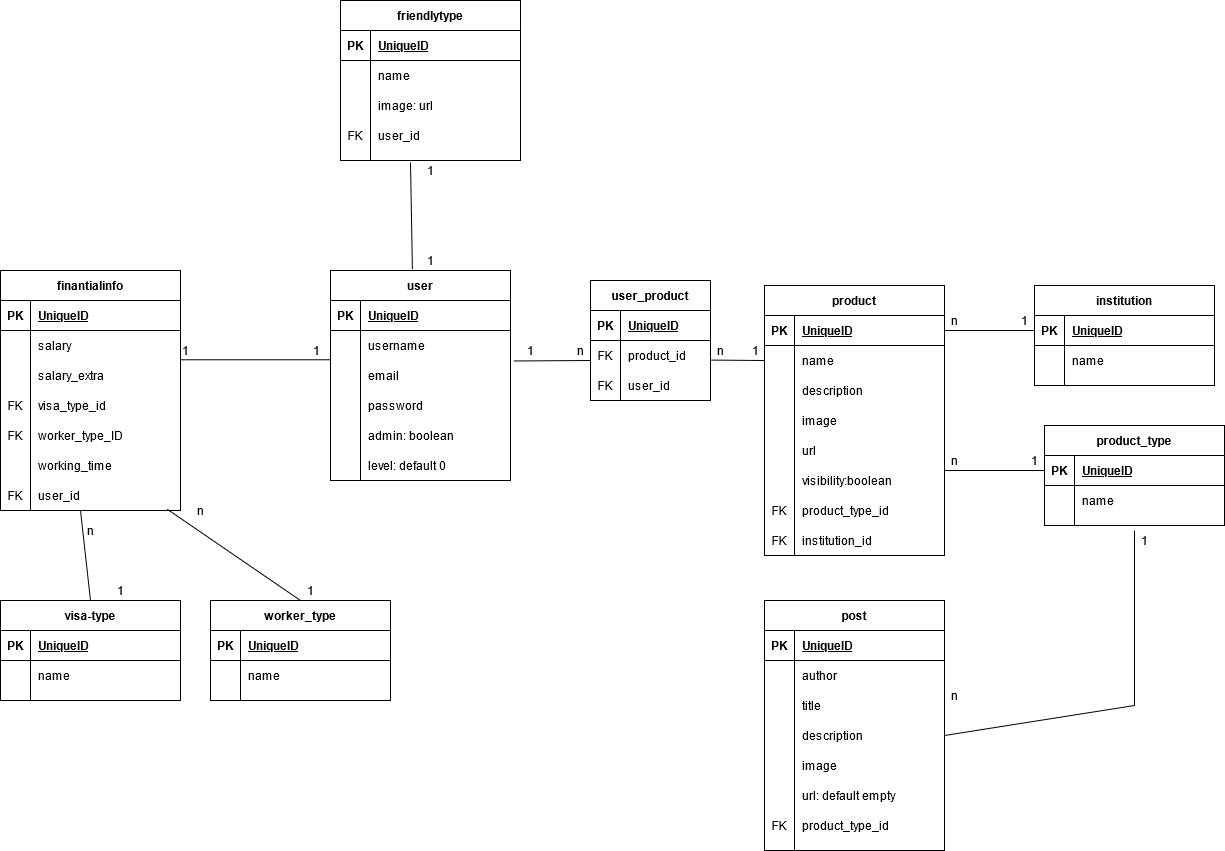
Above: bancaWEB.png in gilibethvega/banca_web (draw.io), before the change. Source tidied: cells renumbered, new cells last; positions are measured from the earlier drawing's top-left corner, leaving out a move shared by most shapes.
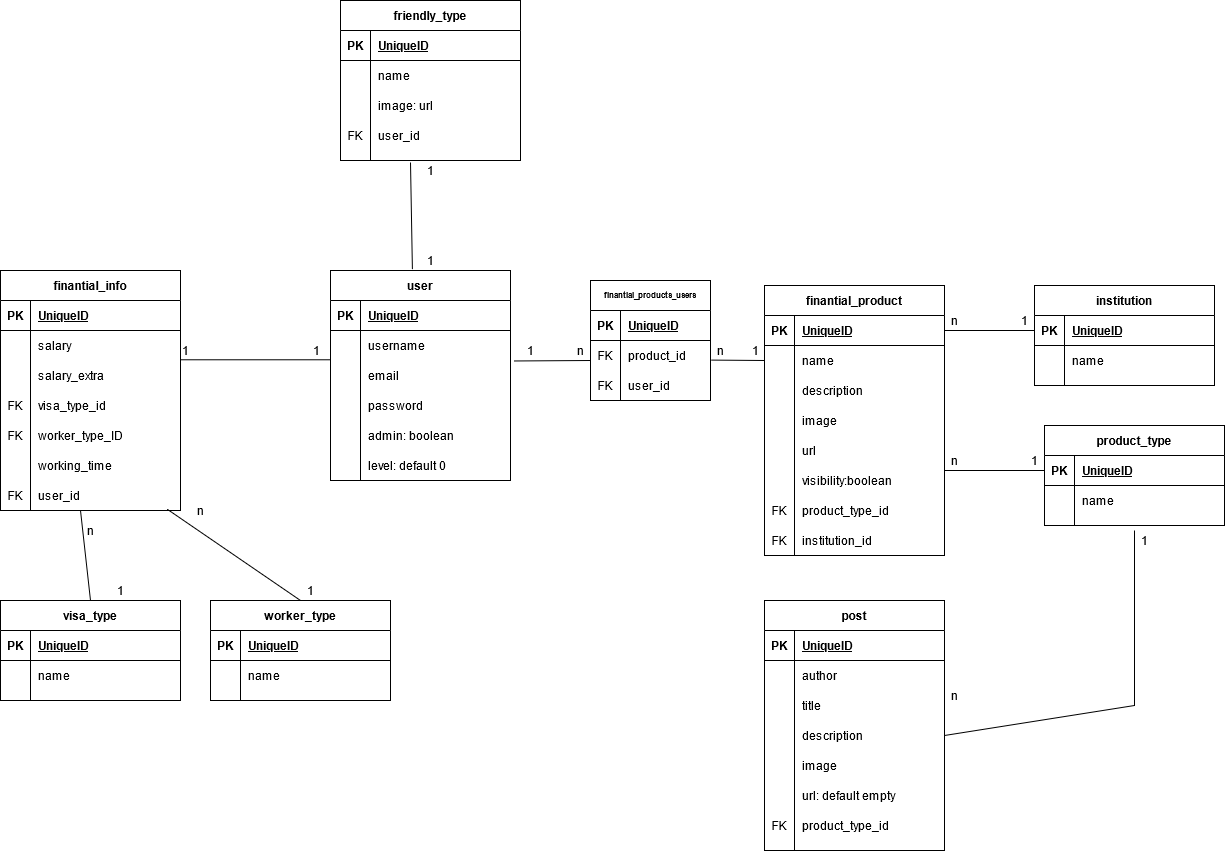
After the change.

Change to the diagram source:
```diff
@@ -59,7 +59,7 @@
     <mxCell id="20" value="level: default 0" style="shape=partialRectangle;fillColor=none;top=0;left=0;bottom=0;right=0;align=left;spacingLeft=6;overflow=hidden;" parent="18" vertex="1">
       <mxGeometry x="30" width="150" height="30" as="geometry" />
     </mxCell>
-    <mxCell id="21" value="friendlytype" style="shape=table;startSize=30;rowLines=0;fontStyle=1;align=center;" parent="1" vertex="1">
+    <mxCell id="21" value="friendly_type" style="shape=table;startSize=30;rowLines=0;fontStyle=1;align=center;" parent="1" vertex="1">
       <mxGeometry x="340" width="180" height="160" as="geometry" />
     </mxCell>
     <mxCell id="22" style="shape=partialRectangle;fillColor=none;top=0;left=0;bottom=1;right=0;" parent="21" vertex="1">
@@ -98,7 +98,7 @@
     <mxCell id="33" value="user_id" style="shape=partialRectangle;fillColor=none;top=0;left=0;bottom=0;right=0;align=left;spacingLeft=6;fontStyle=0;overflow=hidden;" parent="31" vertex="1">
       <mxGeometry x="30" width="150" height="30" as="geometry" />
     </mxCell>
-    <mxCell id="34" value="finantialinfo" style="shape=table;startSize=30;rowLines=0;fontStyle=1;align=center;" parent="1" vertex="1">
+    <mxCell id="34" value="finantial_info" style="shape=table;startSize=30;rowLines=0;fontStyle=1;align=center;" parent="1" vertex="1">
       <mxGeometry y="270" width="180" height="240" as="geometry" />
     </mxCell>
     <mxCell id="35" style="shape=partialRectangle;fillColor=none;top=0;left=0;bottom=1;right=0;" parent="34" vertex="1">
@@ -164,7 +164,7 @@
     <mxCell id="55" value="user_id" style="shape=partialRectangle;fillColor=none;top=0;left=0;bottom=0;right=0;align=left;spacingLeft=6;fontStyle=0;overflow=hidden;" parent="53" vertex="1">
       <mxGeometry x="30" width="150" height="30" as="geometry" />
     </mxCell>
-    <mxCell id="56" value="product" style="shape=table;startSize=30;rowLines=0;fontStyle=1;align=center;" parent="1" vertex="1">
+    <mxCell id="56" value="finantial_product" style="shape=table;startSize=30;rowLines=0;fontStyle=1;align=center;" parent="1" vertex="1">
       <mxGeometry x="764" y="285" width="180" height="270" as="geometry" />
     </mxCell>
     <mxCell id="57" style="shape=partialRectangle;fillColor=none;top=0;left=0;bottom=1;right=0;points=[[0,0.5],[1,0.5]];portConstraint=eastwest;" parent="56" vertex="1">
@@ -414,7 +414,7 @@
     <mxCell id="134" value="n" style="text;html=1;align=center;verticalAlign=middle;strokeColor=none;" parent="1" vertex="1">
       <mxGeometry x="944" y="685" width="20" height="20" as="geometry" />
     </mxCell>
-    <mxCell id="135" value="user_product" style="shape=table;startSize=30;rowLines=0;fontStyle=1;align=center;" parent="1" vertex="1">
+    <mxCell id="135" value="finantial_products_users" style="shape=table;startSize=30;rowLines=0;fontStyle=1;align=center;fontSize=8;" parent="1" vertex="1">
       <mxGeometry x="590" y="280" width="120" height="120" as="geometry" />
     </mxCell>
     <mxCell id="136" style="shape=partialRectangle;fillColor=none;top=0;left=0;bottom=1;right=0;" parent="135" vertex="1">
@@ -453,7 +453,7 @@
     <mxCell id="147" value="1" style="text;html=1;align=center;verticalAlign=middle;strokeColor=none;" parent="1" vertex="1">
       <mxGeometry x="745" y="340" width="20" height="20" as="geometry" />
     </mxCell>
-    <mxCell id="148" value="visa-type" style="shape=table;startSize=30;rowLines=0;fontStyle=1;align=center;" parent="1" vertex="1">
+    <mxCell id="148" value="visa_type" style="shape=table;startSize=30;rowLines=0;fontStyle=1;align=center;" parent="1" vertex="1">
       <mxGeometry y="600" width="180" height="100" as="geometry" />
     </mxCell>
     <mxCell id="149" style="shape=partialRectangle;fillColor=none;top=0;left=0;bottom=1;right=0;" parent="148" vertex="1">
```
